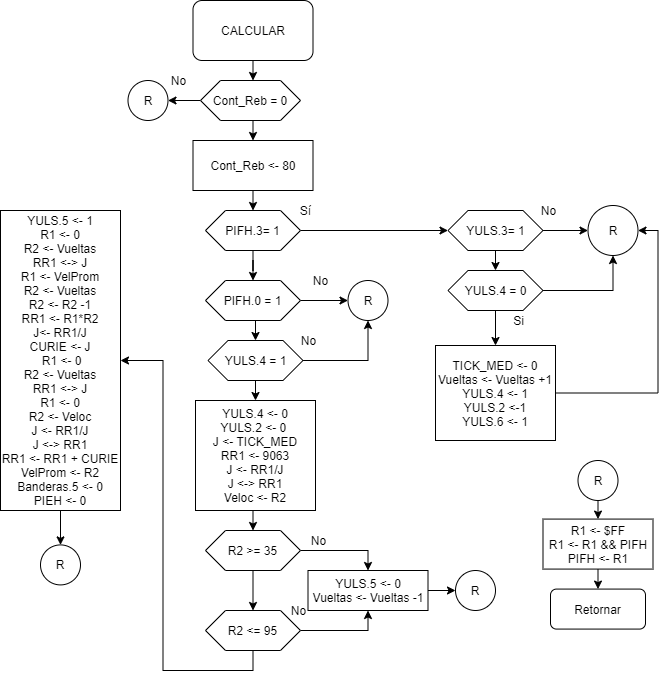
Before: PF/img/CALCULAR.png, a diagram exported from draw.io (robz25/Microprocesadores). Source tidied: cells renumbered, new cells last; positions are measured from the earlier drawing's top-left corner, leaving out a move shared by most shapes.
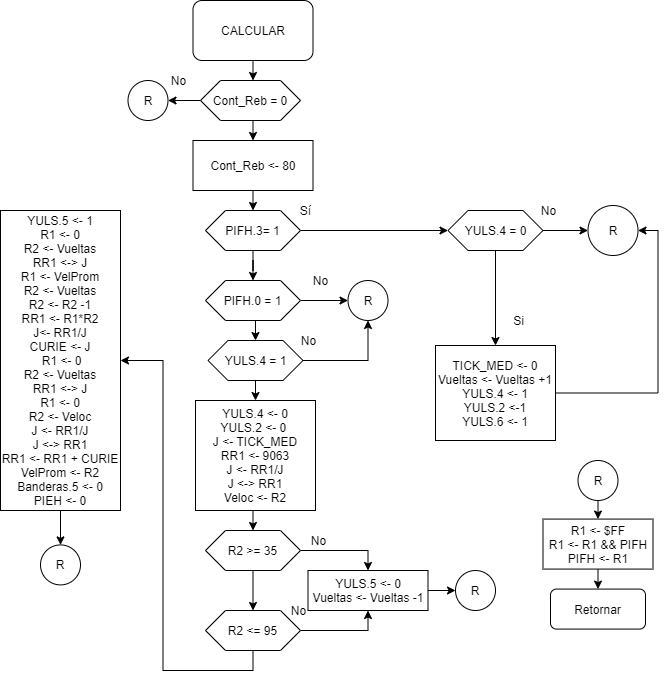
Later version of the same file.

Diff of the diagram source:
```diff
@@ -24,8 +24,10 @@
     <mxCell id="7" value="Cont_Reb = 0" style="shape=hexagon;perimeter=hexagonPerimeter2;whiteSpace=wrap;html=1;fixedSize=1;" parent="1" vertex="1">
       <mxGeometry x="200" y="80" width="100" height="40" as="geometry" />
     </mxCell>
-    <mxCell id="8" style="edgeStyle=orthogonalEdgeStyle;rounded=0;jettySize=auto;html=1;exitX=1;exitY=0.5;exitDx=0;exitDy=0;entryX=0;entryY=0.5;entryDx=0;entryDy=0;" parent="1" edge="1" source="10" target="13">
-      <mxGeometry relative="1" as="geometry" />
+    <mxCell id="8" style="edgeStyle=orthogonalEdgeStyle;rounded=0;jettySize=auto;html=1;exitX=1;exitY=0.5;exitDx=0;exitDy=0;entryX=0;entryY=0.5;entryDx=0;entryDy=0;" parent="1" edge="1" source="10">
+      <mxGeometry relative="1" as="geometry">
+        <mxPoint x="447.5" y="230" as="targetPoint" />
+      </mxGeometry>
     </mxCell>
     <mxCell id="9" style="edgeStyle=orthogonalEdgeStyle;rounded=0;jettySize=auto;html=1;exitX=0.5;exitY=1;exitDx=0;exitDy=0;" parent="1" edge="1" source="10" target="24">
       <mxGeometry relative="1" as="geometry" />
@@ -33,15 +35,11 @@
     <mxCell id="10" value="PIFH.3= 1" style="shape=hexagon;perimeter=hexagonPerimeter2;whiteSpace=wrap;html=1;fixedSize=1;" parent="1" vertex="1">
       <mxGeometry x="205" y="210" width="95" height="40" as="geometry" />
     </mxCell>
-    <mxCell id="11" style="edgeStyle=orthogonalEdgeStyle;rounded=0;jettySize=auto;html=1;exitX=1;exitY=0.5;exitDx=0;exitDy=0;entryX=0;entryY=0.5;entryDx=0;entryDy=0;" parent="1" edge="1" source="13" target="15">
-      <mxGeometry relative="1" as="geometry" />
+    <mxCell id="11" style="edgeStyle=orthogonalEdgeStyle;rounded=0;jettySize=auto;html=1;exitX=1;exitY=0.5;exitDx=0;exitDy=0;entryX=0;entryY=0.5;entryDx=0;entryDy=0;" parent="1" edge="1" target="15">
+      <mxGeometry relative="1" as="geometry">
+        <mxPoint x="542.5" y="230" as="sourcePoint" />
+      </mxGeometry>
     </mxCell>
-    <mxCell id="12" style="edgeStyle=orthogonalEdgeStyle;rounded=0;jettySize=auto;html=1;exitX=0.5;exitY=1;exitDx=0;exitDy=0;entryX=0.5;entryY=0;entryDx=0;entryDy=0;" parent="1" edge="1" source="13" target="21">
-      <mxGeometry relative="1" as="geometry" />
-    </mxCell>
-    <mxCell id="13" value="YULS.3= 1" style="shape=hexagon;perimeter=hexagonPerimeter2;whiteSpace=wrap;html=1;fixedSize=1;" parent="1" vertex="1">
-      <mxGeometry x="447.5" y="210" width="95" height="40" as="geometry" />
-    </mxCell>
     <mxCell id="14" value="Sí" style="text;html=1;align=center;verticalAlign=middle;" parent="1" vertex="1">
       <mxGeometry x="290" y="200" width="30" height="20" as="geometry" />
     </mxCell>
@@ -60,11 +58,8 @@
     <mxCell id="19" style="edgeStyle=orthogonalEdgeStyle;rounded=0;jettySize=auto;html=1;exitX=0.5;exitY=1;exitDx=0;exitDy=0;entryX=0.5;entryY=0;entryDx=0;entryDy=0;" parent="1" edge="1" source="21" target="18">
       <mxGeometry relative="1" as="geometry" />
     </mxCell>
-    <mxCell id="20" style="edgeStyle=orthogonalEdgeStyle;rounded=0;jettySize=auto;html=1;exitX=1;exitY=0.5;exitDx=0;exitDy=0;entryX=0.5;entryY=1;entryDx=0;entryDy=0;" parent="1" edge="1" source="21" target="15">
-      <mxGeometry relative="1" as="geometry" />
-    </mxCell>
     <mxCell id="21" value="YULS.4 = 0" style="shape=hexagon;perimeter=hexagonPerimeter2;whiteSpace=wrap;html=1;fixedSize=1;" parent="1" vertex="1">
-      <mxGeometry x="447.5" y="270" width="95" height="40" as="geometry" />
+      <mxGeometry x="447.5" y="210" width="95" height="40" as="geometry" />
     </mxCell>
     <mxCell id="22" style="edgeStyle=orthogonalEdgeStyle;rounded=0;jettySize=auto;html=1;exitX=0.5;exitY=1;exitDx=0;exitDy=0;entryX=0.5;entryY=0;entryDx=0;entryDy=0;" parent="1" edge="1" source="24" target="28">
       <mxGeometry relative="1" as="geometry" />
```
